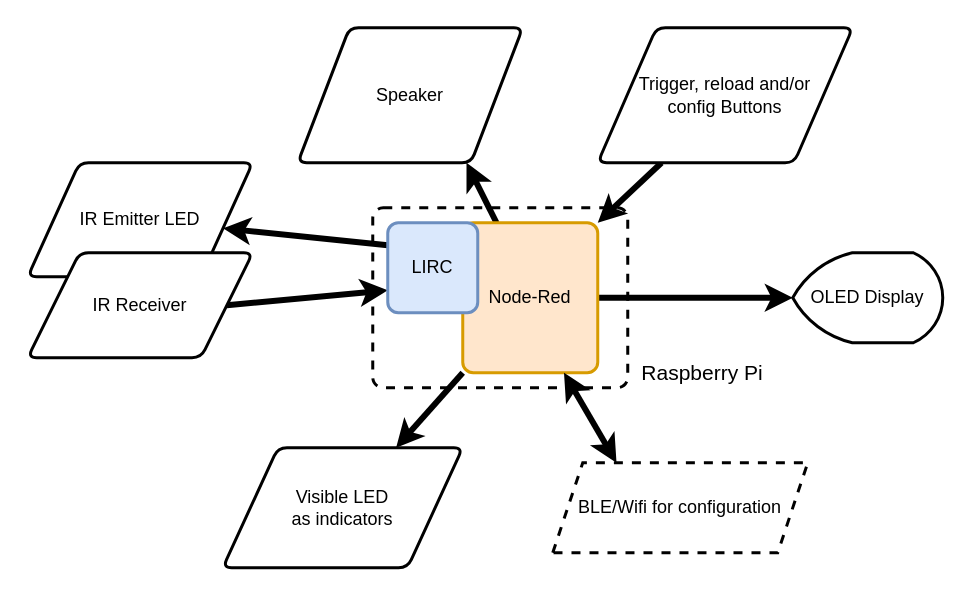
millosolomillo/node-red-contrib-lasertag keeps this draw.io diagram as images/Lasertag_System_Structure.drawio. Above is the earlier version. Source tidied: cells renumbered, new cells numbered last; positions are measured from the earlier drawing's top-left corner, leaving out a move shared by most shapes. Both pictures are drawn from the tidied source at 150%, with x=0, y=0 at pixel (27, 27).
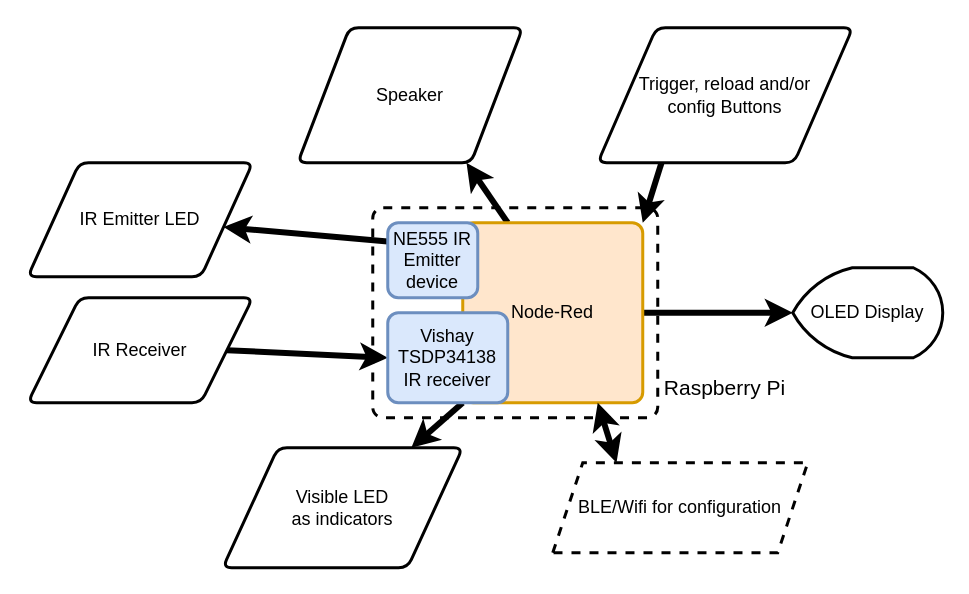
After the change.

Commit message (it also covers changes not shown here):
Modified system structure image

What changed in the source:
```diff
@@
     <mxCell id="2" value="&lt;div style=&quot;text-align: right&quot;&gt;&lt;br&gt;&lt;/div&gt;&lt;div style=&quot;text-align: justify&quot;&gt;&lt;/div&gt;" style="rounded=1;whiteSpace=wrap;html=1;absoluteArcSize=1;arcSize=14;strokeWidth=2;fillColor=none;dashed=1;" parent="1" vertex="1">
-      <mxGeometry x="230" y="120" width="170" height="120" as="geometry" />
+      <mxGeometry x="230" y="120" width="190" height="140" as="geometry" />
     </mxCell>
@@
     <mxCell id="7" value="Node-Red" style="rounded=1;whiteSpace=wrap;html=1;absoluteArcSize=1;arcSize=14;strokeWidth=2;fillColor=#ffe6cc;strokeColor=#d79b00;" parent="1" vertex="1">
-      <mxGeometry x="290" y="130" width="90" height="100" as="geometry" />
+      <mxGeometry x="290" y="130" width="120" height="120" as="geometry" />
     </mxCell>
     <mxCell id="8" value="OLED Display" style="strokeWidth=2;html=1;shape=mxgraph.flowchart.display;whiteSpace=wrap;" parent="1" vertex="1">
-      <mxGeometry x="510" y="150" width="100" height="60" as="geometry" />
+      <mxGeometry x="510" y="160" width="100" height="60" as="geometry" />
     </mxCell>
@@
-    <mxCell id="10" style="edgeStyle=none;rounded=1;jettySize=auto;html=1;exitX=1;exitY=0.5;exitDx=0;exitDy=0;entryX=0;entryY=0.75;entryDx=0;entryDy=0;strokeWidth=4;" parent="1" edge="1" source="11" target="16">
+    <mxCell id="10" style="edgeStyle=none;rounded=1;jettySize=auto;html=1;exitX=1;exitY=0.5;exitDx=0;exitDy=0;strokeWidth=4;entryX=0;entryY=0.5;entryDx=0;entryDy=0;" parent="1" edge="1" source="11" target="20">
       <mxGeometry relative="1" as="geometry" />
     </mxCell>
     <mxCell id="11" value="IR Receiver" style="shape=parallelogram;html=1;strokeWidth=2;perimeter=parallelogramPerimeter;whiteSpace=wrap;rounded=1;arcSize=12;size=0.23;" parent="1" vertex="1">
-      <mxGeometry y="150" width="150" height="70" as="geometry" />
+      <mxGeometry y="180" width="150" height="70" as="geometry" />
     </mxCell>
@@
-    <mxCell id="16" value="LIRC" style="rounded=1;whiteSpace=wrap;html=1;absoluteArcSize=1;arcSize=14;strokeWidth=2;fillColor=#dae8fc;strokeColor=#6c8ebf;" parent="1" vertex="1">
-      <mxGeometry x="240" y="130" width="60" height="60" as="geometry" />
+    <mxCell id="16" value="NE555 IR Emitter device" style="rounded=1;whiteSpace=wrap;html=1;absoluteArcSize=1;arcSize=14;strokeWidth=2;fillColor=#dae8fc;strokeColor=#6c8ebf;" parent="1" vertex="1">
+      <mxGeometry x="240" y="130" width="60" height="50" as="geometry" />
     </mxCell>
     <mxCell id="17" value="&lt;font style=&quot;font-size: 14px&quot;&gt;Raspberry Pi&lt;/font&gt;" style="text;html=1;strokeColor=none;fillColor=none;align=center;verticalAlign=middle;whiteSpace=wrap;rounded=0;dashed=1;" parent="1" vertex="1">
-      <mxGeometry x="400" y="220" width="100" height="20" as="geometry" />
+      <mxGeometry x="415" y="230" width="100" height="20" as="geometry" />
     </mxCell>
@@
+    <mxCell id="20" value="Vishay TSDP34138 IR receiver" style="rounded=1;whiteSpace=wrap;html=1;absoluteArcSize=1;arcSize=14;strokeWidth=2;fillColor=#dae8fc;strokeColor=#6c8ebf;" parent="1" vertex="1">
+      <mxGeometry x="240" y="190" width="80" height="60" as="geometry" />
+    </mxCell>
```
